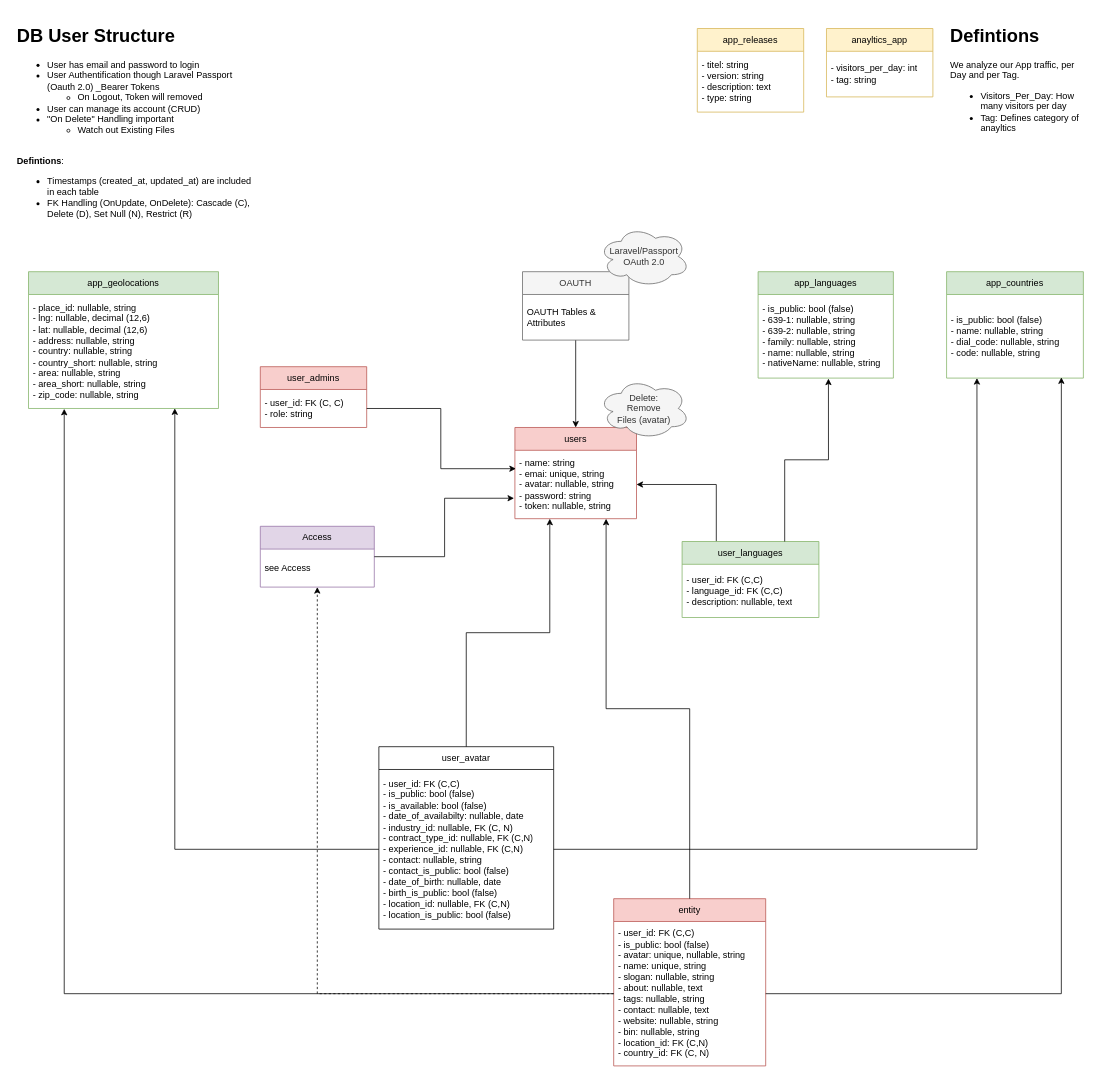
The draw.io diagram page "DB Structure" (1 of 6) of docs/Features/_archiv/01 - Useraccount - Kopie.drawio in CarlsonBuma/laravel-quasar-template, before the edit. Source tidied: cells renumbered, new cells numbered last; positions are measured from the earlier drawing's top-left corner, leaving out a move shared by most shapes. Both pictures are drawn from the tidied source at 76%, with x=0, y=0 at pixel (13, 21).
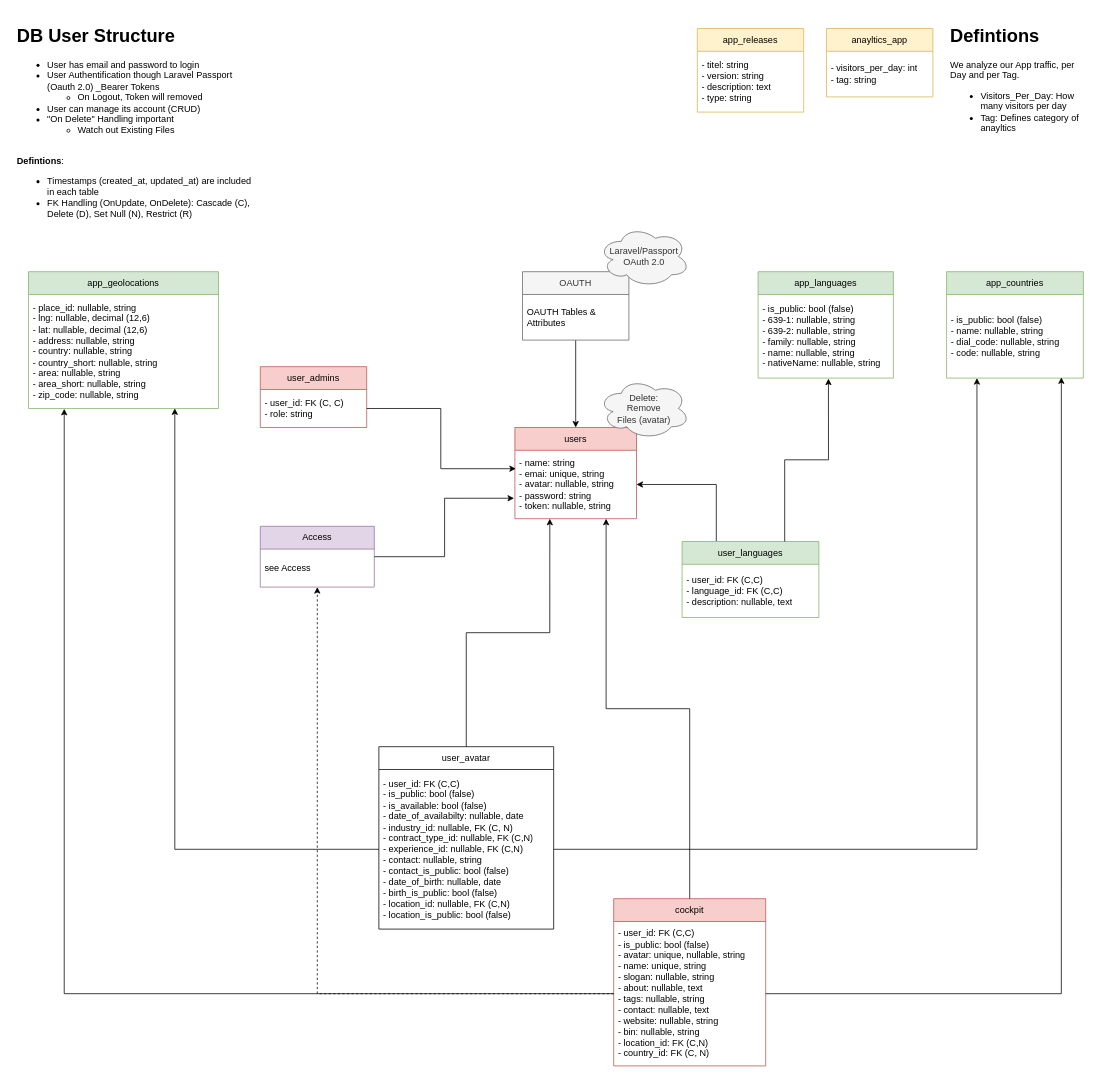
After the change.

What changed in the source:
```diff
@@
-    <mxCell id="20" value="entity" style="swimlane;fontStyle=0;horizontal=1;startSize=30;whiteSpace=wrap;html=1;fillColor=#f8cecc;strokeColor=#b85450;" parent="1" vertex="1">
+    <mxCell id="20" value="cockpit" style="swimlane;fontStyle=0;horizontal=1;startSize=30;whiteSpace=wrap;html=1;fillColor=#f8cecc;strokeColor=#b85450;" parent="1" vertex="1">
       <mxGeometry x="790" y="1155" width="200" height="220" as="geometry" />
     </mxCell>
```
